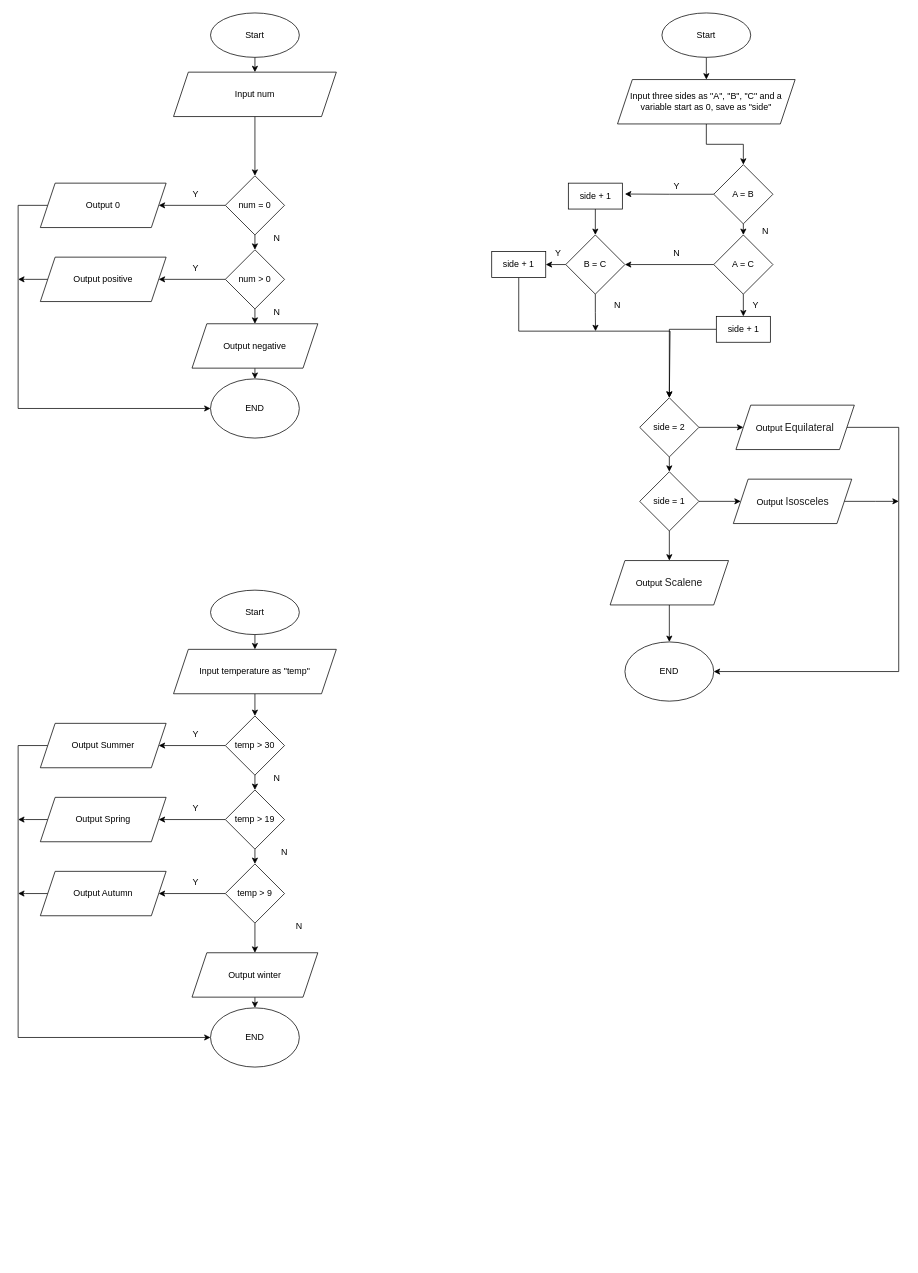
Above: FlowChart.drawio in HisakoR/hisakor.github.io (draw.io), before the change. Source tidied: cells renumbered, new cells numbered last; positions are measured from the earlier drawing's top-left corner, leaving out a move shared by most shapes. Both pictures are drawn from the tidied source at 74%, with x=0, y=0 at pixel (18, 13).
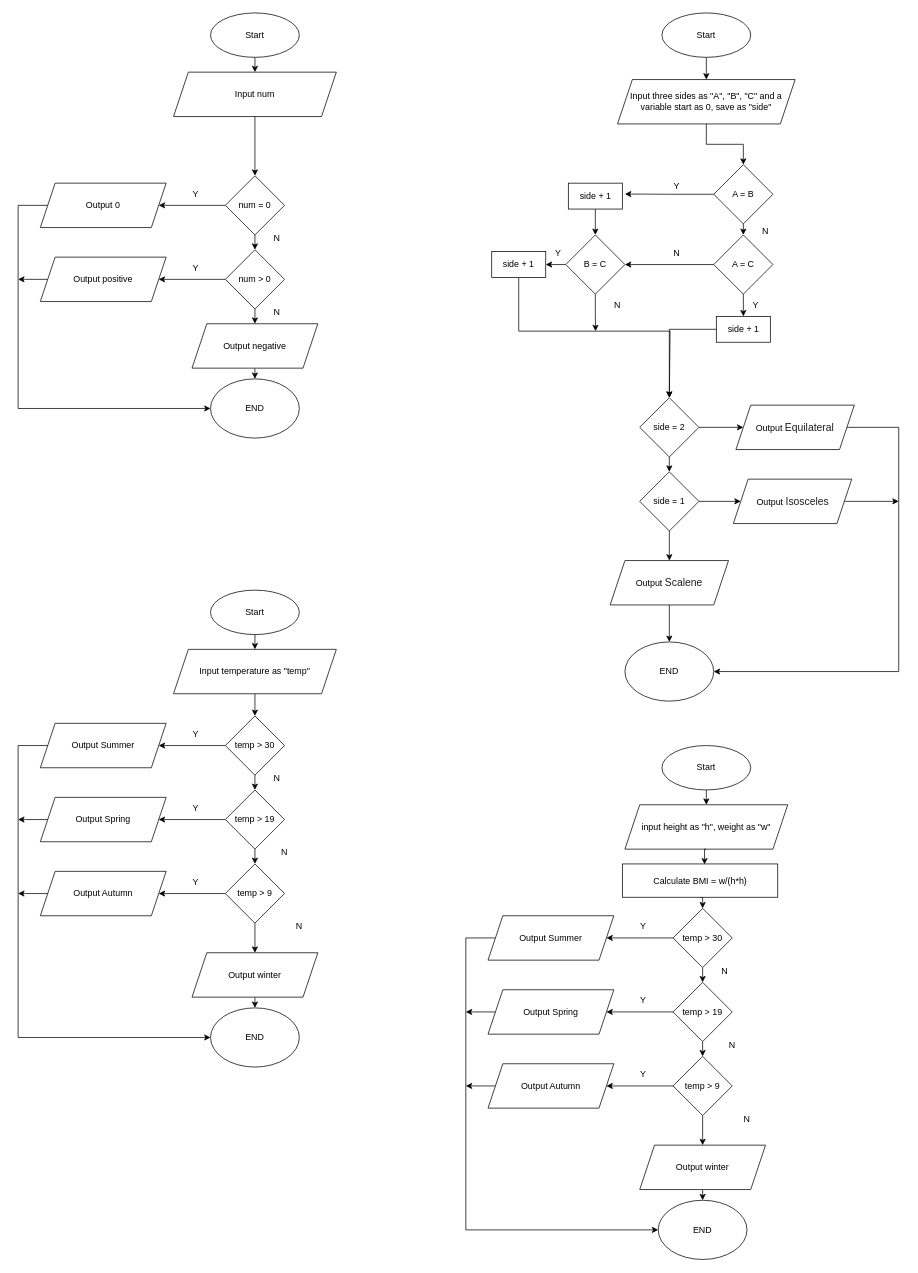
After the change.

Diff of the diagram source:
```diff
@@
+    <mxCell id="89" style="edgeStyle=orthogonalEdgeStyle;rounded=0;jettySize=auto;html=1;exitX=0.5;exitY=1;exitDx=0;exitDy=0;entryX=0.5;entryY=0;entryDx=0;entryDy=0;" parent="1" edge="1" source="90" target="91">
+      <mxGeometry relative="1" as="geometry" />
+    </mxCell>
+    <mxCell id="90" value="Start" style="ellipse;whiteSpace=wrap;html=1;" parent="1" vertex="1">
+      <mxGeometry x="870" y="990" width="120" height="60" as="geometry" />
+    </mxCell>
+    <mxCell id="91" value="input height as &quot;h&quot;, weight as &quot;w&quot;" style="shape=parallelogram;perimeter=parallelogramPerimeter;whiteSpace=wrap;html=1;fixedSize=1;" parent="1" vertex="1">
+      <mxGeometry x="820" y="1070" width="220" height="60" as="geometry" />
+    </mxCell>
+    <mxCell id="92" style="edgeStyle=orthogonalEdgeStyle;rounded=0;jettySize=auto;html=1;exitX=0.5;exitY=1;exitDx=0;exitDy=0;entryX=0.5;entryY=0;entryDx=0;entryDy=0;" parent="1" edge="1" source="94" target="100">
+      <mxGeometry relative="1" as="geometry" />
+    </mxCell>
+    <mxCell id="93" style="edgeStyle=orthogonalEdgeStyle;rounded=0;jettySize=auto;html=1;exitX=0;exitY=0.5;exitDx=0;exitDy=0;" parent="1" edge="1" source="94" target="104">
+      <mxGeometry relative="1" as="geometry" />
+    </mxCell>
+    <mxCell id="94" value="temp &amp;gt; 30" style="rhombus;whiteSpace=wrap;html=1;" parent="1" vertex="1">
+      <mxGeometry x="885" y="1210" width="80" height="80" as="geometry" />
+    </mxCell>
+    <mxCell id="95" style="edgeStyle=orthogonalEdgeStyle;rounded=0;jettySize=auto;html=1;exitX=0.5;exitY=1;exitDx=0;exitDy=0;entryX=0.5;entryY=0;entryDx=0;entryDy=0;" parent="1" edge="1" source="96" target="97">
+      <mxGeometry relative="1" as="geometry" />
+    </mxCell>
+    <mxCell id="96" value="Output winter" style="shape=parallelogram;perimeter=parallelogramPerimeter;whiteSpace=wrap;html=1;fixedSize=1;" parent="1" vertex="1">
+      <mxGeometry x="840" y="1530" width="170" height="60" as="geometry" />
+    </mxCell>
+    <mxCell id="97" value="END" style="ellipse;whiteSpace=wrap;html=1;" parent="1" vertex="1">
+      <mxGeometry x="865" y="1604.5" width="120" height="80" as="geometry" />
+    </mxCell>
+    <mxCell id="98" style="edgeStyle=orthogonalEdgeStyle;rounded=0;jettySize=auto;html=1;exitX=0;exitY=0.5;exitDx=0;exitDy=0;" parent="1" edge="1" source="100" target="102">
+      <mxGeometry relative="1" as="geometry" />
+    </mxCell>
+    <mxCell id="99" style="edgeStyle=orthogonalEdgeStyle;rounded=0;jettySize=auto;html=1;exitX=0.5;exitY=1;exitDx=0;exitDy=0;entryX=0.5;entryY=0;entryDx=0;entryDy=0;" parent="1" edge="1" source="100" target="111">
+      <mxGeometry relative="1" as="geometry" />
+    </mxCell>
+    <mxCell id="100" value="temp &amp;gt; 19" style="rhombus;whiteSpace=wrap;html=1;" parent="1" vertex="1">
+      <mxGeometry x="885" y="1310" width="80" height="80" as="geometry" />
+    </mxCell>
+    <mxCell id="101" style="edgeStyle=orthogonalEdgeStyle;rounded=0;jettySize=auto;html=1;exitX=0;exitY=0.5;exitDx=0;exitDy=0;" parent="1" edge="1" source="102">
+      <mxGeometry relative="1" as="geometry">
+        <mxPoint x="605" y="1350" as="targetPoint" />
+      </mxGeometry>
+    </mxCell>
+    <mxCell id="102" value="Output Spring" style="shape=parallelogram;perimeter=parallelogramPerimeter;whiteSpace=wrap;html=1;fixedSize=1;" parent="1" vertex="1">
+      <mxGeometry x="635" y="1320" width="170" height="60" as="geometry" />
+    </mxCell>
+    <mxCell id="103" style="edgeStyle=orthogonalEdgeStyle;rounded=0;jettySize=auto;html=1;exitX=0;exitY=0.5;exitDx=0;exitDy=0;entryX=0;entryY=0.5;entryDx=0;entryDy=0;" parent="1" edge="1" source="104" target="97">
+      <mxGeometry relative="1" as="geometry">
+        <Array as="points">
+          <mxPoint x="605" y="1250" />
+          <mxPoint x="605" y="1645" />
+        </Array>
+      </mxGeometry>
+    </mxCell>
+    <mxCell id="104" value="Output Summer" style="shape=parallelogram;perimeter=parallelogramPerimeter;whiteSpace=wrap;html=1;fixedSize=1;" parent="1" vertex="1">
+      <mxGeometry x="635" y="1220" width="170" height="60" as="geometry" />
+    </mxCell>
+    <mxCell id="105" value="Y" style="text;html=1;align=center;verticalAlign=middle;whiteSpace=wrap;rounded=0;" parent="1" vertex="1">
+      <mxGeometry x="815" y="1220" width="60" height="30" as="geometry" />
+    </mxCell>
+    <mxCell id="106" value="Y" style="text;html=1;align=center;verticalAlign=middle;whiteSpace=wrap;rounded=0;" parent="1" vertex="1">
+      <mxGeometry x="815" y="1320" width="60" height="30" as="geometry" />
+    </mxCell>
+    <mxCell id="107" value="N" style="text;html=1;align=center;verticalAlign=middle;whiteSpace=wrap;rounded=0;" parent="1" vertex="1">
+      <mxGeometry x="925" y="1280" width="60" height="30" as="geometry" />
+    </mxCell>
+    <mxCell id="108" value="N" style="text;html=1;align=center;verticalAlign=middle;whiteSpace=wrap;rounded=0;" parent="1" vertex="1">
+      <mxGeometry x="935" y="1380" width="60" height="30" as="geometry" />
+    </mxCell>
+    <mxCell id="109" style="edgeStyle=orthogonalEdgeStyle;rounded=0;jettySize=auto;html=1;exitX=0;exitY=0.5;exitDx=0;exitDy=0;" parent="1" edge="1" source="111" target="113">
+      <mxGeometry relative="1" as="geometry" />
+    </mxCell>
+    <mxCell id="110" style="edgeStyle=orthogonalEdgeStyle;rounded=0;jettySize=auto;html=1;exitX=0.5;exitY=1;exitDx=0;exitDy=0;entryX=0.5;entryY=0;entryDx=0;entryDy=0;" parent="1" edge="1" source="111" target="96">
+      <mxGeometry relative="1" as="geometry" />
+    </mxCell>
+    <mxCell id="111" value="temp &amp;gt; 9" style="rhombus;whiteSpace=wrap;html=1;" parent="1" vertex="1">
+      <mxGeometry x="885" y="1410" width="80" height="80" as="geometry" />
+    </mxCell>
+    <mxCell id="112" style="edgeStyle=orthogonalEdgeStyle;rounded=0;jettySize=auto;html=1;exitX=0;exitY=0.5;exitDx=0;exitDy=0;" parent="1" edge="1" source="113">
+      <mxGeometry relative="1" as="geometry">
+        <mxPoint x="605" y="1449.9" as="targetPoint" />
+      </mxGeometry>
+    </mxCell>
+    <mxCell id="113" value="Output Autumn" style="shape=parallelogram;perimeter=parallelogramPerimeter;whiteSpace=wrap;html=1;fixedSize=1;" parent="1" vertex="1">
+      <mxGeometry x="635" y="1420" width="170" height="60" as="geometry" />
+    </mxCell>
+    <mxCell id="114" value="Y" style="text;html=1;align=center;verticalAlign=middle;whiteSpace=wrap;rounded=0;" parent="1" vertex="1">
+      <mxGeometry x="815" y="1420" width="60" height="30" as="geometry" />
+    </mxCell>
+    <mxCell id="115" value="N" style="text;html=1;align=center;verticalAlign=middle;whiteSpace=wrap;rounded=0;" parent="1" vertex="1">
+      <mxGeometry x="955" y="1480" width="60" height="30" as="geometry" />
+    </mxCell>
+    <mxCell id="116" style="edgeStyle=orthogonalEdgeStyle;rounded=0;jettySize=auto;html=1;exitX=0.5;exitY=1;exitDx=0;exitDy=0;entryX=0.5;entryY=0;entryDx=0;entryDy=0;" parent="1" edge="1" source="117" target="94">
+      <mxGeometry relative="1" as="geometry" />
+    </mxCell>
+    <mxCell id="117" value="Calculate BMI = w/(h*h)" style="rounded=0;whiteSpace=wrap;html=1;" parent="1" vertex="1">
+      <mxGeometry x="816.5" y="1150" width="210" height="45" as="geometry" />
+    </mxCell>
+    <mxCell id="118" style="edgeStyle=orthogonalEdgeStyle;rounded=0;jettySize=auto;html=1;exitX=0.5;exitY=1;exitDx=0;exitDy=0;entryX=0.529;entryY=0.013;entryDx=0;entryDy=0;entryPerimeter=0;" parent="1" edge="1" source="91" target="117">
+      <mxGeometry relative="1" as="geometry" />
+    </mxCell>
```
